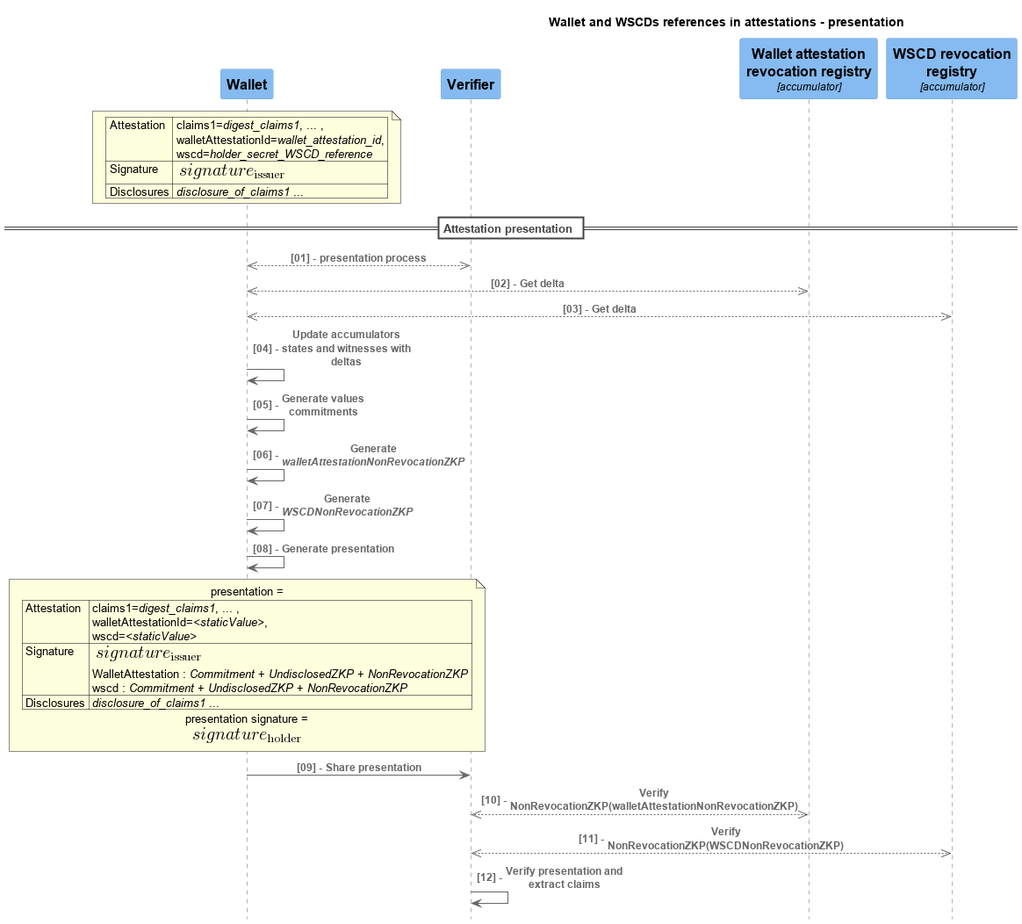
Orange-OpenSource/BBS-SHARP-doc-eudi-wallet keeps this PlantUML diagram as media/1/wallet-attestation-references-presentation.png. Above is the earlier version.
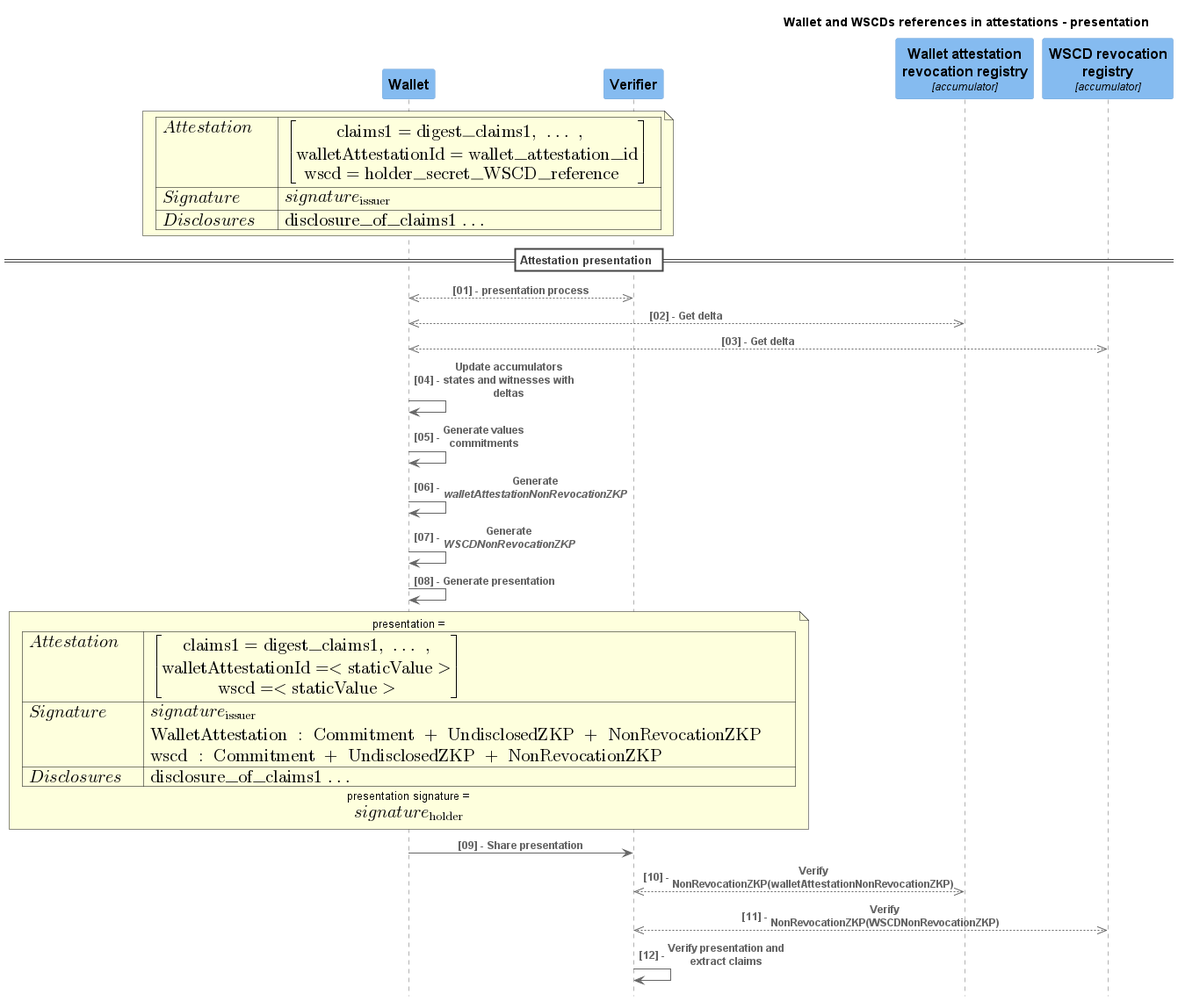
Above is the later version.

The edit, as a diff of the source:
```diff
@@ -18,10 +18,11 @@
 Component(issuerWA, "Wallet attestation \n revocation registry", "accumulator")
 Component(issuerWSCD, "WSCD revocation \n registry", "accumulator")
 
+
 note over wallet
-| Attestation | claims1=//digest_claims1//, ... , \n walletAttestationId=//wallet_attestation_id//, \n wscd=//holder_secret_WSCD_reference// |
-| Signature | <math>signature_("issuer")</math> |
-| Disclosures | //disclosure_of_claims1// ... |
+| <math>Attestation</math> | <math>[["claims1=digest_claims1, ... , "], [ "walletAttestationId=wallet_attestation_id"],  ["wscd=holder_secret_WSCD_reference "]]</math>|
+| <math>Signature</math> | <math>signature_("issuer")</math> |
+| <math>Disclosures</math> | <math>"disclosure_of_claims1 ... "</math>|
 end note
 
 == Attestation presentation ==
@@ -33,11 +34,12 @@
 Rel(wallet, wallet, "Generate //walletAttestationNonRevocationZKP//")
 Rel(wallet, wallet, "Generate //WSCDNonRevocationZKP//")
 Rel(wallet, wallet, "Generate presentation")
+
 note over wallet
 presentation =
-| Attestation | claims1=//digest_claims1//, ... , \n walletAttestationId=//<staticValue>//, \n wscd=//<staticValue>// |
-| Signature | <math>signature_("issuer")</math> \n WalletAttestation : //Commitment// + //UndisclosedZKP// + //NonRevocationZKP// \n wscd : //Commitment// + //UndisclosedZKP// + //NonRevocationZKP// |
-| Disclosures | //disclosure_of_claims1// ... |
+| <math>Attestation</math> | <math>[["claims1=digest_claims1, ... ,"], ["walletAttestationId=<staticValue>"], ["wscd=<staticValue>"]]</math>|
+| <math>Signature</math> | <math>signature_("issuer")</math> \n <math>"WalletAttestation : Commitment + UndisclosedZKP + NonRevocationZKP "</math> \n <math>"wscd : Commitment + UndisclosedZKP + NonRevocationZKP"</math> |
+| <math>Disclosures</math> | <math>"disclosure_of_claims1 ... "</math>|
 presentation signature = <math>signature_("holder")</math>
 end note
 
```
